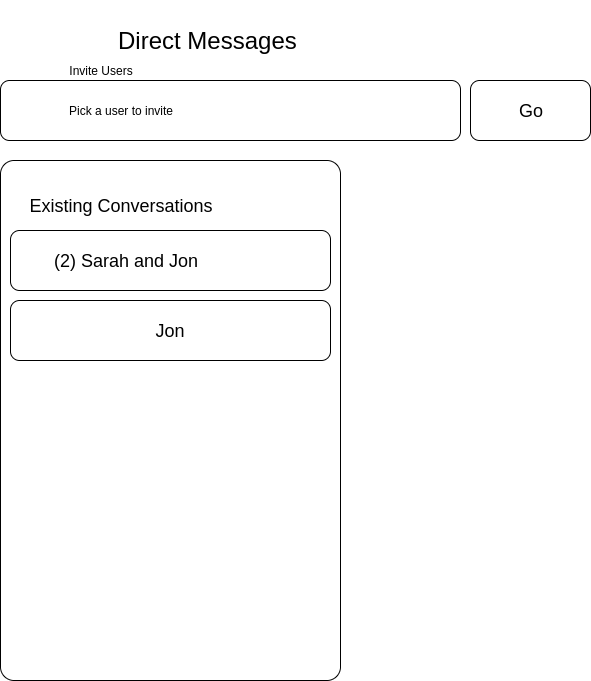
The draw.io diagram docs/wireframes/choose-or-create-dm.png in joshgelbard/Remiss, before a commit. Source tidied: cells renumbered, new cells last; positions are measured from the earlier drawing's top-left corner, leaving out a move shared by most shapes. The source it was exported from:
```xml
<mxGraphModel background="#ffffff">
  <root>
    <mxCell id="0" />
    <mxCell id="1" parent="0" />
    <mxCell id="2" value="&lt;span style=&quot;font-size: 24px&quot;&gt;Direct Messages&lt;/span&gt;" style="text;html=1;strokeColor=none;fillColor=none;align=center;verticalAlign=middle;whiteSpace=wrap;" parent="1" vertex="1">
      <mxGeometry x="10" width="390" height="80" as="geometry" />
    </mxCell>
    <mxCell id="3" style="rounded=1;whiteSpace=wrap;html=1;" parent="1" vertex="1">
      <mxGeometry y="80" width="460" height="60" as="geometry" />
    </mxCell>
    <mxCell id="4" value="Invite Users" style="text;html=1;strokeColor=none;fillColor=none;align=center;verticalAlign=middle;whiteSpace=wrap;" parent="1" vertex="1">
      <mxGeometry x="20" y="60" width="160" height="20" as="geometry" />
    </mxCell>
    <mxCell id="5" style="rounded=1;whiteSpace=wrap;html=1;" parent="1" vertex="1">
      <mxGeometry x="470" y="80" width="120" height="60" as="geometry" />
    </mxCell>
    <mxCell id="6" value="&lt;font style=&quot;font-size: 18px&quot;&gt;Go&lt;/font&gt;" style="text;html=1;strokeColor=none;fillColor=none;align=center;verticalAlign=middle;whiteSpace=wrap;" parent="1" vertex="1">
      <mxGeometry x="490" y="90" width="80" height="40" as="geometry" />
    </mxCell>
    <mxCell id="7" value="Pick a user to invite" style="text;html=1;strokeColor=none;fillColor=none;align=center;verticalAlign=middle;whiteSpace=wrap;" parent="1" vertex="1">
      <mxGeometry x="30" y="100" width="180" height="20" as="geometry" />
    </mxCell>
    <mxCell id="8" style="rounded=1;whiteSpace=wrap;html=1;arcSize=4;" parent="1" vertex="1">
      <mxGeometry y="160" width="340" height="520" as="geometry" />
    </mxCell>
    <mxCell id="9" value="&lt;font style=&quot;font-size: 18px&quot;&gt;Existing Conversations&lt;/font&gt;" style="text;html=1;strokeColor=none;fillColor=none;align=center;verticalAlign=middle;whiteSpace=wrap;" parent="1" vertex="1">
      <mxGeometry x="10" y="180" width="220" height="50" as="geometry" />
    </mxCell>
    <mxCell id="10" style="rounded=1;whiteSpace=wrap;html=1;" parent="1" vertex="1">
      <mxGeometry x="10" y="230" width="320" height="60" as="geometry" />
    </mxCell>
    <mxCell id="11" value="&lt;font style=&quot;font-size: 18px&quot;&gt;(2) Sarah and Jon&lt;/font&gt;" style="text;html=1;strokeColor=none;fillColor=none;align=center;verticalAlign=middle;whiteSpace=wrap;" parent="1" vertex="1">
      <mxGeometry x="20" y="250" width="210" height="20" as="geometry" />
    </mxCell>
    <mxCell id="12" value="&lt;font style=&quot;font-size: 18px&quot;&gt;Jon&lt;/font&gt;" style="rounded=1;whiteSpace=wrap;html=1;" parent="1" vertex="1">
      <mxGeometry x="10" y="300" width="320" height="60" as="geometry" />
    </mxCell>
  </root>
</mxGraphModel>
```
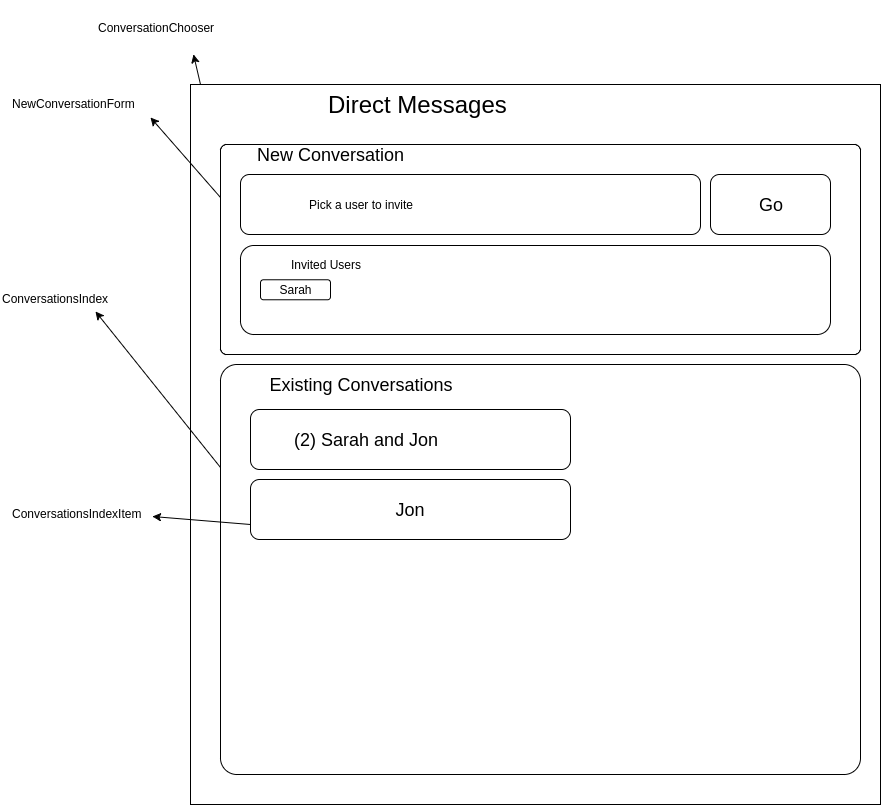
After the commit.

What changed in the source:
```diff
@@ -2,14 +2,20 @@
   <root>
     <mxCell id="0" />
     <mxCell id="1" parent="0" />
+    <mxCell id="13" style="whiteSpace=wrap;html=1;" parent="1" vertex="1">
+      <mxGeometry x="-50" y="-10" width="690" height="720" as="geometry" />
+    </mxCell>
+    <mxCell id="14" style="rounded=1;whiteSpace=wrap;html=1;arcSize=3;" parent="1" vertex="1">
+      <mxGeometry x="-20" y="50" width="640" height="210" as="geometry" />
+    </mxCell>
     <mxCell id="2" value="&lt;span style=&quot;font-size: 24px&quot;&gt;Direct Messages&lt;/span&gt;" style="text;html=1;strokeColor=none;fillColor=none;align=center;verticalAlign=middle;whiteSpace=wrap;" parent="1" vertex="1">
-      <mxGeometry x="10" width="390" height="80" as="geometry" />
+      <mxGeometry x="-20" y="-30" width="390" height="80" as="geometry" />
     </mxCell>
     <mxCell id="3" style="rounded=1;whiteSpace=wrap;html=1;" parent="1" vertex="1">
       <mxGeometry y="80" width="460" height="60" as="geometry" />
     </mxCell>
-    <mxCell id="4" value="Invite Users" style="text;html=1;strokeColor=none;fillColor=none;align=center;verticalAlign=middle;whiteSpace=wrap;" parent="1" vertex="1">
-      <mxGeometry x="20" y="60" width="160" height="20" as="geometry" />
+    <mxCell id="4" value="&lt;font style=&quot;font-size: 18px&quot;&gt;New Conversation&lt;/font&gt;" style="text;html=1;strokeColor=none;fillColor=none;align=center;verticalAlign=middle;whiteSpace=wrap;" parent="1" vertex="1">
+      <mxGeometry x="10" y="50" width="160" height="20" as="geometry" />
     </mxCell>
     <mxCell id="5" style="rounded=1;whiteSpace=wrap;html=1;" parent="1" vertex="1">
       <mxGeometry x="470" y="80" width="120" height="60" as="geometry" />
@@ -21,19 +27,52 @@
       <mxGeometry x="30" y="100" width="180" height="20" as="geometry" />
     </mxCell>
     <mxCell id="8" style="rounded=1;whiteSpace=wrap;html=1;arcSize=4;" parent="1" vertex="1">
-      <mxGeometry y="160" width="340" height="520" as="geometry" />
+      <mxGeometry x="-20" y="270" width="640" height="410" as="geometry" />
     </mxCell>
     <mxCell id="9" value="&lt;font style=&quot;font-size: 18px&quot;&gt;Existing Conversations&lt;/font&gt;" style="text;html=1;strokeColor=none;fillColor=none;align=center;verticalAlign=middle;whiteSpace=wrap;" parent="1" vertex="1">
-      <mxGeometry x="10" y="180" width="220" height="50" as="geometry" />
+      <mxGeometry x="10" y="265" width="220" height="50" as="geometry" />
     </mxCell>
     <mxCell id="10" style="rounded=1;whiteSpace=wrap;html=1;" parent="1" vertex="1">
-      <mxGeometry x="10" y="230" width="320" height="60" as="geometry" />
+      <mxGeometry x="10" y="315" width="320" height="60" as="geometry" />
     </mxCell>
     <mxCell id="11" value="&lt;font style=&quot;font-size: 18px&quot;&gt;(2) Sarah and Jon&lt;/font&gt;" style="text;html=1;strokeColor=none;fillColor=none;align=center;verticalAlign=middle;whiteSpace=wrap;" parent="1" vertex="1">
-      <mxGeometry x="20" y="250" width="210" height="20" as="geometry" />
+      <mxGeometry x="20" y="335" width="210" height="20" as="geometry" />
     </mxCell>
     <mxCell id="12" value="&lt;font style=&quot;font-size: 18px&quot;&gt;Jon&lt;/font&gt;" style="rounded=1;whiteSpace=wrap;html=1;" parent="1" vertex="1">
-      <mxGeometry x="10" y="300" width="320" height="60" as="geometry" />
+      <mxGeometry x="10" y="385" width="320" height="60" as="geometry" />
     </mxCell>
+    <mxCell id="15" style="rounded=1;whiteSpace=wrap;html=1;" parent="1" vertex="1">
+      <mxGeometry y="151" width="590" height="89" as="geometry" />
+    </mxCell>
+    <mxCell id="16" value="Invited Users" style="text;html=1;strokeColor=none;fillColor=none;align=center;verticalAlign=middle;whiteSpace=wrap;" parent="1" vertex="1">
+      <mxGeometry x="10" y="155.5" width="150" height="30" as="geometry" />
+    </mxCell>
+    <mxCell id="17" value="Sarah" style="rounded=1;whiteSpace=wrap;html=1;" parent="1" vertex="1">
+      <mxGeometry x="20" y="185.3" width="70" height="20" as="geometry" />
+    </mxCell>
+    <mxCell id="18" value="ConversationChooser" style="text;html=1;strokeColor=none;fillColor=none;align=center;verticalAlign=middle;whiteSpace=wrap;" parent="1" vertex="1">
+      <mxGeometry x="-160" y="-94" width="150" height="54" as="geometry" />
+    </mxCell>
+    <mxCell id="19" style="endArrow=classic;html=1;exitX=0.014;exitY=0;exitPerimeter=0;entryX=0.75;entryY=1;" parent="1" edge="1" source="13" target="18">
+      <mxGeometry relative="1" as="geometry" />
+    </mxCell>
+    <mxCell id="20" value="NewConversationForm" style="text;html=1;points=[];align=left;verticalAlign=top;spacingTop=-4;" parent="1" vertex="1">
+      <mxGeometry x="-230" width="140" height="20" as="geometry" />
+    </mxCell>
+    <mxCell id="21" value="ConversationsIndex" style="text;html=1;points=[];align=left;verticalAlign=top;spacingTop=-4;" parent="1" vertex="1">
+      <mxGeometry x="-240" y="195" width="120" height="20" as="geometry" />
+    </mxCell>
+    <mxCell id="22" style="endArrow=classic;html=1;entryX=0.998;entryY=1.15;entryPerimeter=0;exitX=0;exitY=0.25;" parent="1" edge="1" source="14" target="20">
+      <mxGeometry relative="1" as="geometry" />
+    </mxCell>
+    <mxCell id="23" style="endArrow=classic;html=1;exitX=0;exitY=0.25;entryX=0.792;entryY=1.095;entryPerimeter=0;" parent="1" edge="1" source="8" target="21">
+      <mxGeometry relative="1" as="geometry" />
+    </mxCell>
+    <mxCell id="24" value="ConversationsIndexItem" style="text;html=1;points=[];align=left;verticalAlign=top;spacingTop=-4;" parent="1" vertex="1">
+      <mxGeometry x="-230" y="410" width="140" height="20" as="geometry" />
+    </mxCell>
+    <mxCell id="25" style="endArrow=classic;html=1;exitX=0;exitY=0.75;entryX=1.012;entryY=0.595;entryPerimeter=0;" parent="1" edge="1" source="12" target="24">
+      <mxGeometry relative="1" as="geometry" />
+    </mxCell>
   </root>
 </mxGraphModel>
```
